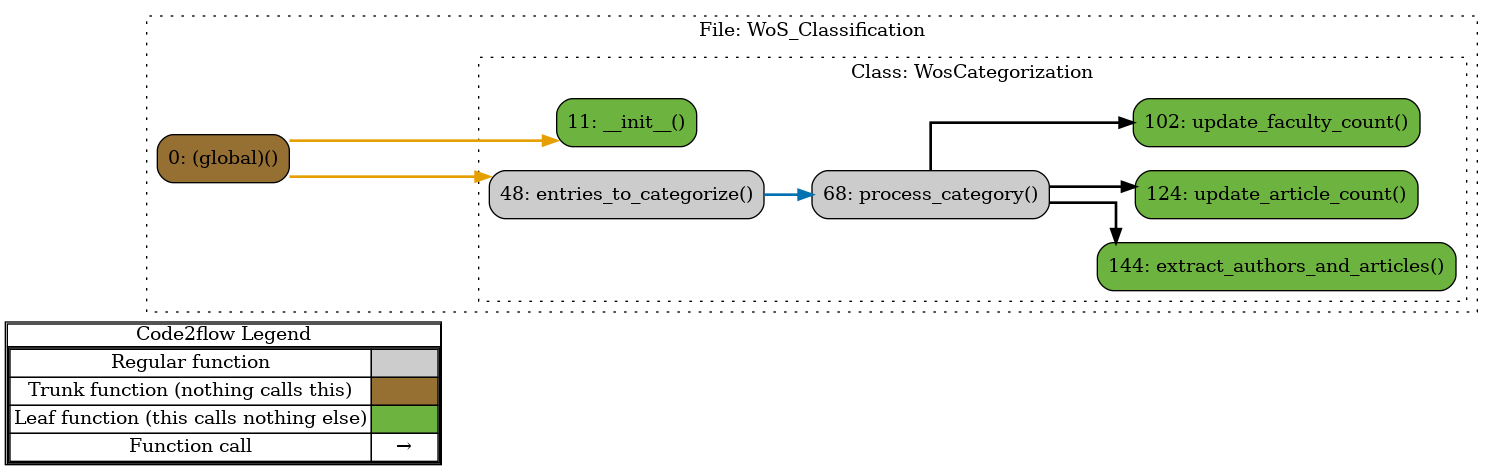
The Graphviz diagram PythonCode/WoS_Classification/out.png in cbarbes1/Rommel-Center-Research, before a commit. Its source is kept beside it as PythonCode/WoS_Classification/out.gv.
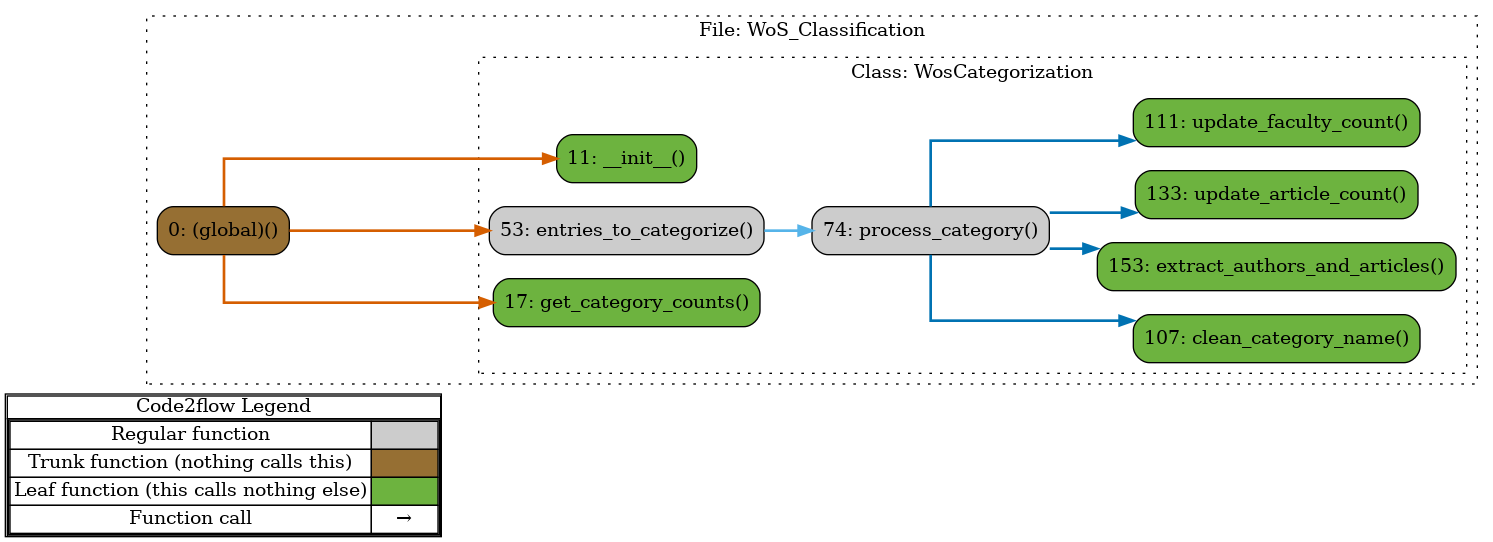
After the commit.

Diff of the diagram source:
```diff
@@ -14,27 +14,31 @@
         <tr><td>Function call</td><td><font color='black'>&#8594;</font></td></tr>
         </table></td></tr></table>
         >];
-}node_95376269 [label="0: (global)()" name="WoS_Classification::(global)" shape="rect" style="rounded,filled" fillcolor="#966F33" ];
-node_c4ba23fc [label="11: __init__()" name="WoS_Classification::WosCategorization.__init__" shape="rect" style="rounded,filled" fillcolor="#6db33f" ];
-node_ade56dd5 [label="48: entries_to_categorize()" name="WoS_Classification::WosCategorization.entries_to_categorize" shape="rect" style="rounded,filled" fillcolor="#cccccc" ];
-node_2275593e [label="144: extract_authors_and_articles()" name="WoS_Classification::WosCategorization.extract_authors_and_articles" shape="rect" style="rounded,filled" fillcolor="#6db33f" ];
-node_c241cae0 [label="68: process_category()" name="WoS_Classification::WosCategorization.process_category" shape="rect" style="rounded,filled" fillcolor="#cccccc" ];
-node_f04064c9 [label="124: update_article_count()" name="WoS_Classification::WosCategorization.update_article_count" shape="rect" style="rounded,filled" fillcolor="#6db33f" ];
-node_b7e84b41 [label="102: update_faculty_count()" name="WoS_Classification::WosCategorization.update_faculty_count" shape="rect" style="rounded,filled" fillcolor="#6db33f" ];
-node_95376269 -> node_c4ba23fc [color="#E69F00" penwidth="2"];
-node_95376269 -> node_ade56dd5 [color="#E69F00" penwidth="2"];
-node_ade56dd5 -> node_c241cae0 [color="#0072B2" penwidth="2"];
-node_c241cae0 -> node_2275593e [color="#000000" penwidth="2"];
-node_c241cae0 -> node_f04064c9 [color="#000000" penwidth="2"];
-node_c241cae0 -> node_b7e84b41 [color="#000000" penwidth="2"];
-subgraph cluster_2f6983bc {
-    node_95376269;
+}node_21f684e6 [label="0: (global)()" name="WoS_Classification::(global)" shape="rect" style="rounded,filled" fillcolor="#966F33" ];
+node_c34a17b2 [label="11: __init__()" name="WoS_Classification::WosCategorization.__init__" shape="rect" style="rounded,filled" fillcolor="#6db33f" ];
+node_18486374 [label="107: clean_category_name()" name="WoS_Classification::WosCategorization.clean_category_name" shape="rect" style="rounded,filled" fillcolor="#6db33f" ];
+node_9c93e14a [label="53: entries_to_categorize()" name="WoS_Classification::WosCategorization.entries_to_categorize" shape="rect" style="rounded,filled" fillcolor="#cccccc" ];
+node_1f28a4f0 [label="153: extract_authors_and_articles()" name="WoS_Classification::WosCategorization.extract_authors_and_articles" shape="rect" style="rounded,filled" fillcolor="#6db33f" ];
+node_b272313e [label="17: get_category_counts()" name="WoS_Classification::WosCategorization.get_category_counts" shape="rect" style="rounded,filled" fillcolor="#6db33f" ];
+node_e7f981c5 [label="74: process_category()" name="WoS_Classification::WosCategorization.process_category" shape="rect" style="rounded,filled" fillcolor="#cccccc" ];
+node_a6ea5faf [label="133: update_article_count()" name="WoS_Classification::WosCategorization.update_article_count" shape="rect" style="rounded,filled" fillcolor="#6db33f" ];
+node_cc4a0905 [label="111: update_faculty_count()" name="WoS_Classification::WosCategorization.update_faculty_count" shape="rect" style="rounded,filled" fillcolor="#6db33f" ];
+node_21f684e6 -> node_c34a17b2 [color="#D55E00" penwidth="2"];
+node_21f684e6 -> node_9c93e14a [color="#D55E00" penwidth="2"];
+node_21f684e6 -> node_b272313e [color="#D55E00" penwidth="2"];
+node_9c93e14a -> node_e7f981c5 [color="#56B4E9" penwidth="2"];
+node_e7f981c5 -> node_18486374 [color="#0072B2" penwidth="2"];
+node_e7f981c5 -> node_1f28a4f0 [color="#0072B2" penwidth="2"];
+node_e7f981c5 -> node_a6ea5faf [color="#0072B2" penwidth="2"];
+node_e7f981c5 -> node_cc4a0905 [color="#0072B2" penwidth="2"];
+subgraph cluster_0e33118a {
+    node_21f684e6;
     label="File: WoS_Classification";
     name="WoS_Classification";
     style="filled";
     graph[style=dotted];
-    subgraph cluster_572ece06 {
-        node_c4ba23fc node_ade56dd5 node_c241cae0 node_b7e84b41 node_f04064c9 node_2275593e;
+    subgraph cluster_49b7b221 {
+        node_c34a17b2 node_b272313e node_9c93e14a node_e7f981c5 node_18486374 node_cc4a0905 node_a6ea5faf node_1f28a4f0;
         label="Class: WosCategorization";
         name="WosCategorization";
         style="filled";
```
